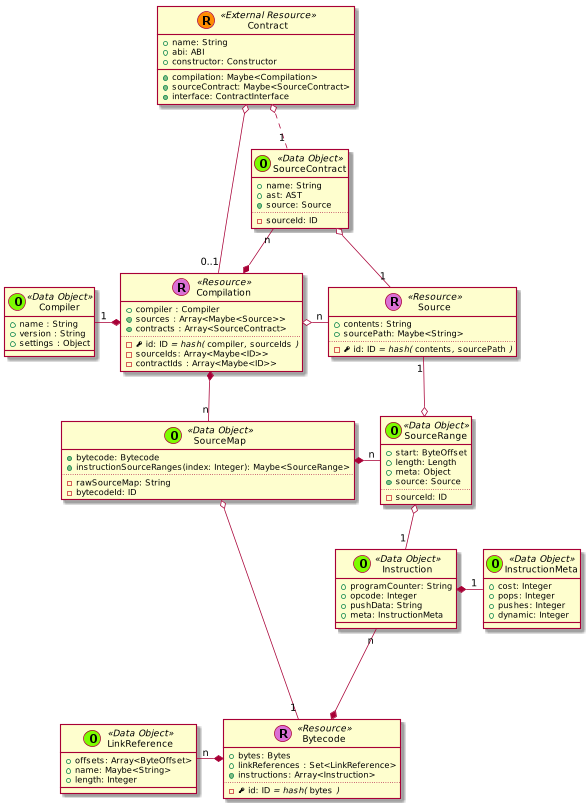
This is _images/plantuml-e9147eb3f2fd48370e6ec239004ba66ea4d7f91a.png from trufflesuite/artifact-updates, a PlantUML export, as it was before one commit.
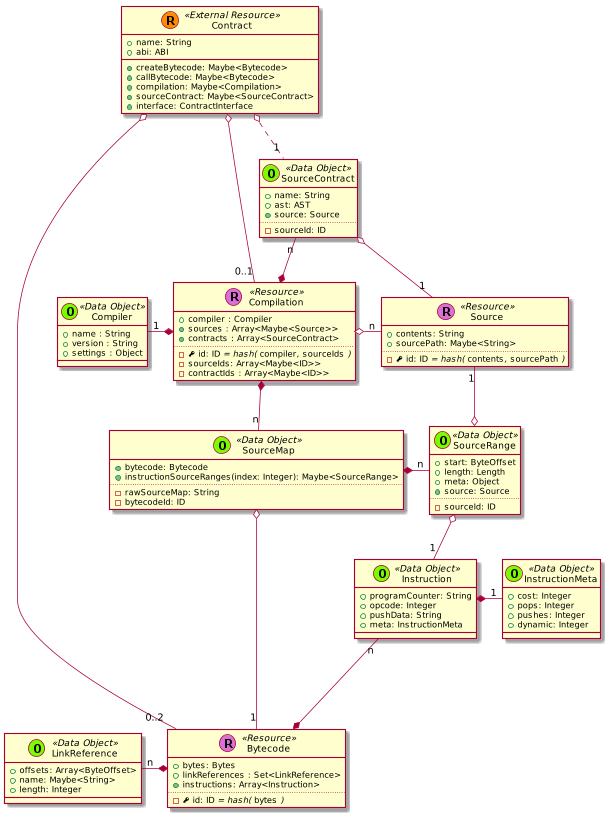
The same file after the commit.

Diff of the diagram source:
```diff
@@ -10,7 +10,8 @@
     class Contract << (R,darkorange) External Resource >> {
       + name: String
       + abi: ABI
-      + constructor: Constructor
+      + {method} createBytecode: Maybe<Bytecode>
+      + {method} callBytecode: Maybe<Bytecode>
       + {method} compilation: Maybe<Compilation>
       + {method} sourceContract: Maybe<SourceContract>
       + {method} interface: ContractInterface
@@ -122,6 +123,7 @@
 
 
 
+  Contract o-- "0..2" Bytecode
 
 
   Contract o-- "0..1" Compilation
```
